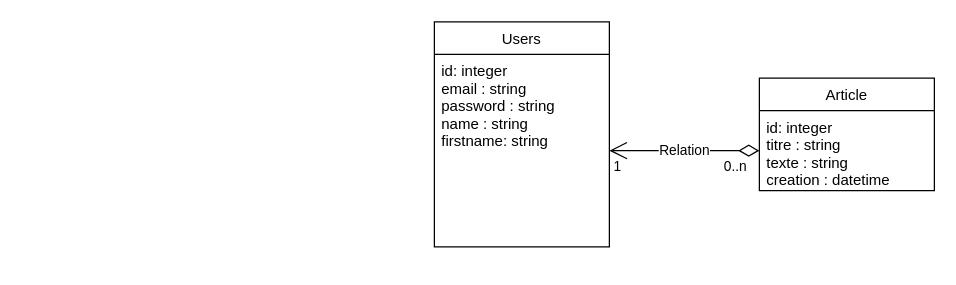
VincentProuchet/symFreeBlog keeps this draw.io diagram as Documentation/Database.drawio. Above is the earlier version. Source tidied: cells renumbered, new cells numbered last; positions are measured from the earlier drawing's top-left corner, leaving out a move shared by most shapes. Both pictures are drawn from the tidied source at 125%, with x=0, y=0 at pixel (434, 21).
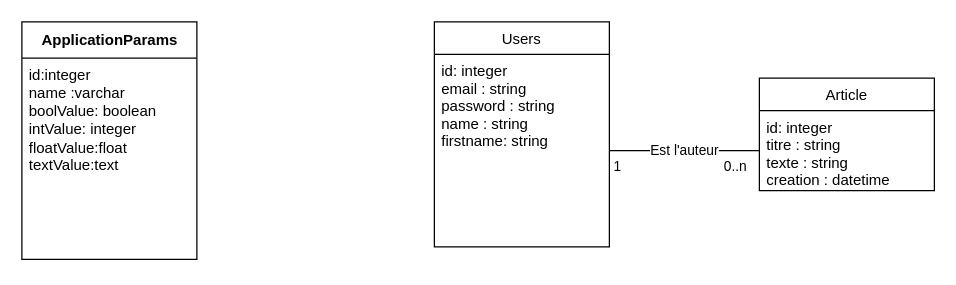
Above is the later version.

Commit message:
Mettre à jour Database.drawio

Change to the diagram source:
```diff
@@
 <mxGraphModel>
   <root>
     <mxCell id="0" />
     <mxCell id="1" parent="0" />
     <mxCell id="2" value="Article" style="swimlane;fontStyle=0;horizontal=1;startSize=26;fillColor=none;" parent="1" vertex="1">
       <mxGeometry x="260" y="45" width="140" height="90" as="geometry" />
     </mxCell>
     <mxCell id="3" value="id: integer&#10;titre : string&#10;texte : string&#10;creation : datetime" style="text;strokeColor=none;fillColor=none;align=left;verticalAlign=top;spacingLeft=4;spacingRight=4;overflow=hidden;points=[[0,0.5],[1,0.5]];portConstraint=eastwest;" parent="2" vertex="1">
       <mxGeometry y="26" width="140" height="64" as="geometry" />
     </mxCell>
     <mxCell id="4" value="Users" style="swimlane;fontStyle=0;horizontal=1;startSize=26;fillColor=none;" parent="1" vertex="1">
       <mxGeometry width="140" height="180" as="geometry" />
     </mxCell>
     <mxCell id="5" value="id: integer&#10;email : string&#10;password : string&#10;name : string&#10;firstname: string&#10;" style="text;strokeColor=none;fillColor=none;align=left;verticalAlign=top;spacingLeft=4;spacingRight=4;overflow=hidden;points=[[0,0.5],[1,0.5]];portConstraint=eastwest;" parent="4" vertex="1">
       <mxGeometry y="26" width="140" height="154" as="geometry" />
     </mxCell>
-    <mxCell id="6" value="Relation" style="endArrow=open;html=1;endSize=12;startArrow=diamondThin;startSize=14;startFill=0;edgeStyle=orthogonalEdgeStyle;rounded=0;" parent="1" edge="1" source="3" target="5">
+    <mxCell id="6" value="&lt;div&gt;Est l'auteur&lt;/div&gt;" style="endArrow=none;html=1;endSize=12;startArrow=none;startSize=14;startFill=0;edgeStyle=orthogonalEdgeStyle;rounded=0;endFill=0;" parent="1" edge="1" source="3" target="5">
       <mxGeometry relative="1" as="geometry" />
     </mxCell>
     <mxCell id="7" value="0..n" style="edgeLabel;html=1;align=left;verticalAlign=top;" parent="6" vertex="1">
       <mxGeometry x="-1" relative="1" as="geometry">
         <mxPoint x="-30" as="offset" />
       </mxGeometry>
     </mxCell>
     <mxCell id="8" value="1" style="edgeLabel;html=1;align=right;verticalAlign=top;" parent="6" vertex="1">
       <mxGeometry x="1" relative="1" as="geometry">
         <mxPoint x="10" as="offset" />
       </mxGeometry>
     </mxCell>
+    <mxCell id="9" value="ApplicationParams" style="swimlane;fontStyle=1;align=center;verticalAlign=middle;horizontal=1;startSize=29;html=1;" parent="1" vertex="1">
+      <mxGeometry x="-330" width="140" height="190" as="geometry" />
+    </mxCell>
+    <mxCell id="10" value="&lt;div&gt;id:integer&lt;/div&gt;&lt;div&gt;name :varchar&lt;br&gt;&lt;/div&gt;&lt;div&gt;boolValue: boolean&lt;/div&gt;&lt;div&gt;intValue: integer&lt;br&gt;&lt;/div&gt;&lt;div&gt;floatValue:float&lt;/div&gt;&lt;div&gt;textValue:text&lt;br&gt;&lt;/div&gt;" style="text;html=1;strokeColor=none;fillColor=none;align=left;verticalAlign=top;spacingLeft=4;spacingRight=4;overflow=hidden;" parent="9" vertex="1">
+      <mxGeometry y="29" width="140" height="161" as="geometry" />
+    </mxCell>
   </root>
 </mxGraphModel>
```
